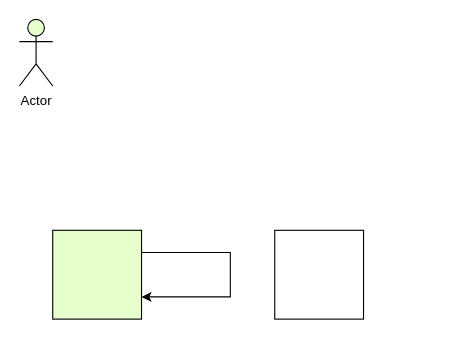
Earlier version of the draw.io diagram Untitled Diagram.drawio (Lideqiang2019/JavaScript-LeetCode). Source tidied: cells renumbered, new cells numbered last; positions are measured from the earlier drawing's top-left corner, leaving out a move shared by most shapes. Both pictures are drawn from the tidied source at 111%, with x=0, y=0 at pixel (19, 19).
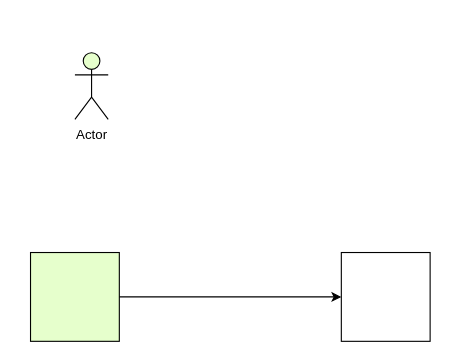
Above is the later version.

What changed in the source:
```diff
@@
 <mxGraphModel>
   <root>
     <mxCell id="0" />
     <mxCell id="1" parent="0" />
     <mxCell id="2" style="whiteSpace=wrap;html=1;fillColor=#E6FFCC;" parent="1" vertex="1">
-      <mxGeometry x="30" y="190" width="80" height="80" as="geometry" />
+      <mxGeometry x="10" y="210" width="80" height="80" as="geometry" />
     </mxCell>
     <mxCell id="3" style="whiteSpace=wrap;html=1;" parent="1" vertex="1">
-      <mxGeometry x="230" y="190" width="80" height="80" as="geometry" />
+      <mxGeometry x="290" y="210" width="80" height="80" as="geometry" />
     </mxCell>
-    <mxCell id="4" style="edgeStyle=orthogonalEdgeStyle;rounded=0;orthogonalLoop=1;jettySize=auto;html=1;" parent="1" edge="1" source="2" target="2">
+    <mxCell id="4" style="edgeStyle=orthogonalEdgeStyle;rounded=0;jettySize=auto;html=1;entryX=0;entryY=0.5;entryDx=0;entryDy=0;" parent="1" edge="1" source="2" target="3">
       <mxGeometry relative="1" as="geometry">
         <Array as="points">
           <mxPoint x="190" y="250" />
         </Array>
       </mxGeometry>
     </mxCell>
     <mxCell id="5" value="Actor" style="shape=umlActor;verticalLabelPosition=bottom;verticalAlign=top;html=1;fillColor=#E6FFCC;" parent="1" vertex="1">
-      <mxGeometry width="30" height="60" as="geometry" />
+      <mxGeometry x="50" y="30" width="30" height="60" as="geometry" />
     </mxCell>
   </root>
 </mxGraphModel>
```
